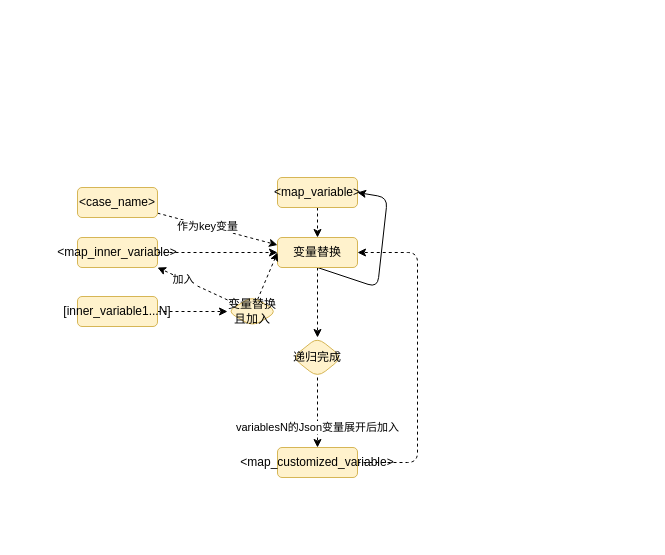
The draw.io diagram page "replace_map_with_key" (2 of 4) of docs/assets/drawio/bash-lib-map.drawio in ShaoOrg/bulletin, before the edit. Source tidied: cells renumbered, new cells numbered last; positions are measured from the earlier drawing's top-left corner, leaving out a move shared by most shapes. Both pictures are drawn from the tidied source at 100%, with x=0, y=0 at pixel (77, 177).
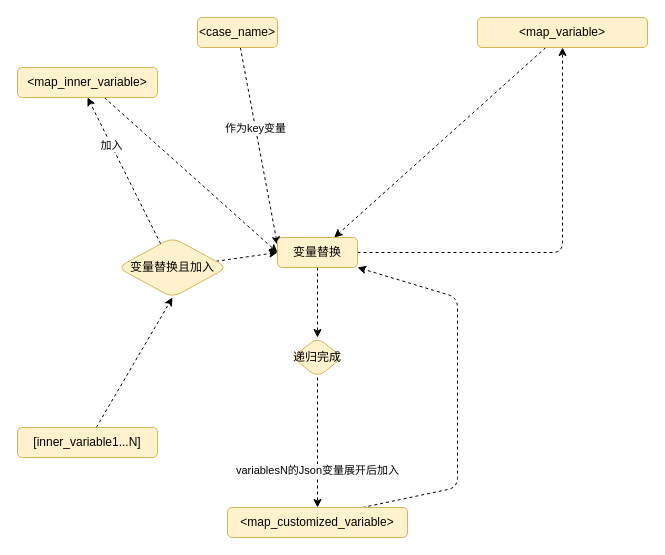
Above is the later version.

Commit message:
commit by web api from 17e847adc322

The change refers to these unchanged cells:
```xml
<mxCell id="15" value="变量替换" style="rounded=1;whiteSpace=wrap;html=1;fillColor=#fff2cc;strokeColor=#d6b656;" parent="1" vertex="1">
  <mxGeometry x="200" y="60" width="80" height="30" as="geometry" />
</mxCell>
<mxCell id="18" value="递归完成" style="rhombus;whiteSpace=wrap;html=1;fillColor=#fff2cc;strokeColor=#d6b656;rounded=1;" parent="1" vertex="1">
  <mxGeometry x="215" y="160" width="50" height="40" as="geometry" />
</mxCell>
```

The edit, as a diff of the source:
```diff
@@
     <mxCell id="3" value="&amp;lt;map_variable&amp;gt;" style="rounded=1;whiteSpace=wrap;html=1;fillColor=#fff2cc;strokeColor=#d6b656;" parent="1" vertex="1">
-      <mxGeometry x="200" width="80" height="30" as="geometry" />
+      <mxGeometry x="400" y="-160" width="170" height="30" as="geometry" />
     </mxCell>
-    <mxCell id="4" style="edgeStyle=none;html=1;dashed=1;" parent="1" edge="1" source="5" target="15">
+    <mxCell id="4" style="edgeStyle=none;html=1;dashed=1;entryX=0;entryY=0.5;entryDx=0;entryDy=0;" parent="1" edge="1" source="5" target="15">
       <mxGeometry relative="1" as="geometry" />
     </mxCell>
     <mxCell id="5" value="&amp;lt;map_inner_variable&amp;gt;" style="rounded=1;whiteSpace=wrap;html=1;fillColor=#fff2cc;strokeColor=#d6b656;" parent="1" vertex="1">
-      <mxGeometry y="60" width="80" height="30" as="geometry" />
+      <mxGeometry x="-60" y="-110" width="140" height="30" as="geometry" />
     </mxCell>
-    <mxCell id="6" style="edgeStyle=none;html=1;entryX=1;entryY=0.5;entryDx=0;entryDy=0;dashed=1;exitX=1;exitY=0.5;exitDx=0;exitDy=0;" parent="1" edge="1" source="7" target="15">
+    <mxCell id="6" style="edgeStyle=none;html=1;entryX=1;entryY=1;entryDx=0;entryDy=0;dashed=1;exitX=0.75;exitY=0;exitDx=0;exitDy=0;" parent="1" edge="1" source="7" target="15">
       <mxGeometry relative="1" as="geometry">
         <Array as="points">
-          <mxPoint x="340" y="285" />
-          <mxPoint x="340" y="75" />
+          <mxPoint x="380" y="310" />
+          <mxPoint x="380" y="120" />
         </Array>
       </mxGeometry>
     </mxCell>
     <mxCell id="7" value="&amp;lt;map_customized_variable&amp;gt;" style="rounded=1;whiteSpace=wrap;html=1;fillColor=#fff2cc;strokeColor=#d6b656;" parent="1" vertex="1">
-      <mxGeometry x="200" y="270" width="80" height="30" as="geometry" />
+      <mxGeometry x="150" y="330" width="180" height="30" as="geometry" />
     </mxCell>
@@
     <mxCell id="10" value="&amp;lt;case_name&amp;gt;" style="rounded=1;whiteSpace=wrap;html=1;fillColor=#fff2cc;strokeColor=#d6b656;" parent="1" vertex="1">
-      <mxGeometry y="10" width="80" height="30" as="geometry" />
+      <mxGeometry x="120" y="-160" width="80" height="30" as="geometry" />
     </mxCell>
-    <mxCell id="11" style="edgeStyle=none;html=1;dashed=1;entryX=0;entryY=0.5;entryDx=0;entryDy=0;" parent="1" edge="1" source="12" target="22">
+    <mxCell id="11" style="edgeStyle=none;html=1;dashed=1;entryX=0.5;entryY=1;entryDx=0;entryDy=0;" parent="1" edge="1" source="12" target="22">
       <mxGeometry relative="1" as="geometry" />
     </mxCell>
     <mxCell id="12" value="[inner_variable1...N]" style="rounded=1;whiteSpace=wrap;html=1;fillColor=#fff2cc;strokeColor=#d6b656;" parent="1" vertex="1">
-      <mxGeometry y="119" width="80" height="30" as="geometry" />
+      <mxGeometry x="-60" y="250" width="140" height="30" as="geometry" />
     </mxCell>
-    <mxCell id="13" style="edgeStyle=none;html=1;entryX=1;entryY=0.5;entryDx=0;entryDy=0;exitX=0.5;exitY=1;exitDx=0;exitDy=0;" parent="1" edge="1" source="15" target="3">
+    <mxCell id="13" style="edgeStyle=none;html=1;entryX=0.5;entryY=1;entryDx=0;entryDy=0;exitX=1;exitY=0.5;exitDx=0;exitDy=0;dashed=1;" parent="1" edge="1" source="15" target="3">
       <mxGeometry relative="1" as="geometry">
         <Array as="points">
-          <mxPoint x="300" y="110" />
-          <mxPoint x="310" y="20" />
+          <mxPoint x="485" y="75" />
         </Array>
       </mxGeometry>
     </mxCell>
@@
-    <mxCell id="16" style="edgeStyle=none;html=1;dashed=1;" parent="1" edge="1" source="18">
-      <mxGeometry relative="1" as="geometry">
-        <mxPoint x="240" y="270" as="targetPoint" />
-      </mxGeometry>
+    <mxCell id="16" style="edgeStyle=none;html=1;dashed=1;" parent="1" edge="1" source="18" target="7">
+      <mxGeometry relative="1" as="geometry" />
     </mxCell>
@@
-    <mxCell id="20" style="edgeStyle=none;html=1;entryX=1;entryY=1;entryDx=0;entryDy=0;dashed=1;" parent="1" edge="1" source="22" target="5">
+    <mxCell id="20" style="edgeStyle=none;html=1;entryX=0.5;entryY=1;entryDx=0;entryDy=0;dashed=1;" parent="1" edge="1" source="22" target="5">
       <mxGeometry relative="1" as="geometry" />
     </mxCell>
@@
     <mxCell id="22" value="变量替换且加入" style="rhombus;whiteSpace=wrap;html=1;fillColor=#fff2cc;strokeColor=#d6b656;rounded=1;" parent="1" vertex="1">
-      <mxGeometry x="150" y="119" width="50" height="30" as="geometry" />
+      <mxGeometry x="40" y="60" width="110" height="60" as="geometry" />
     </mxCell>
```
